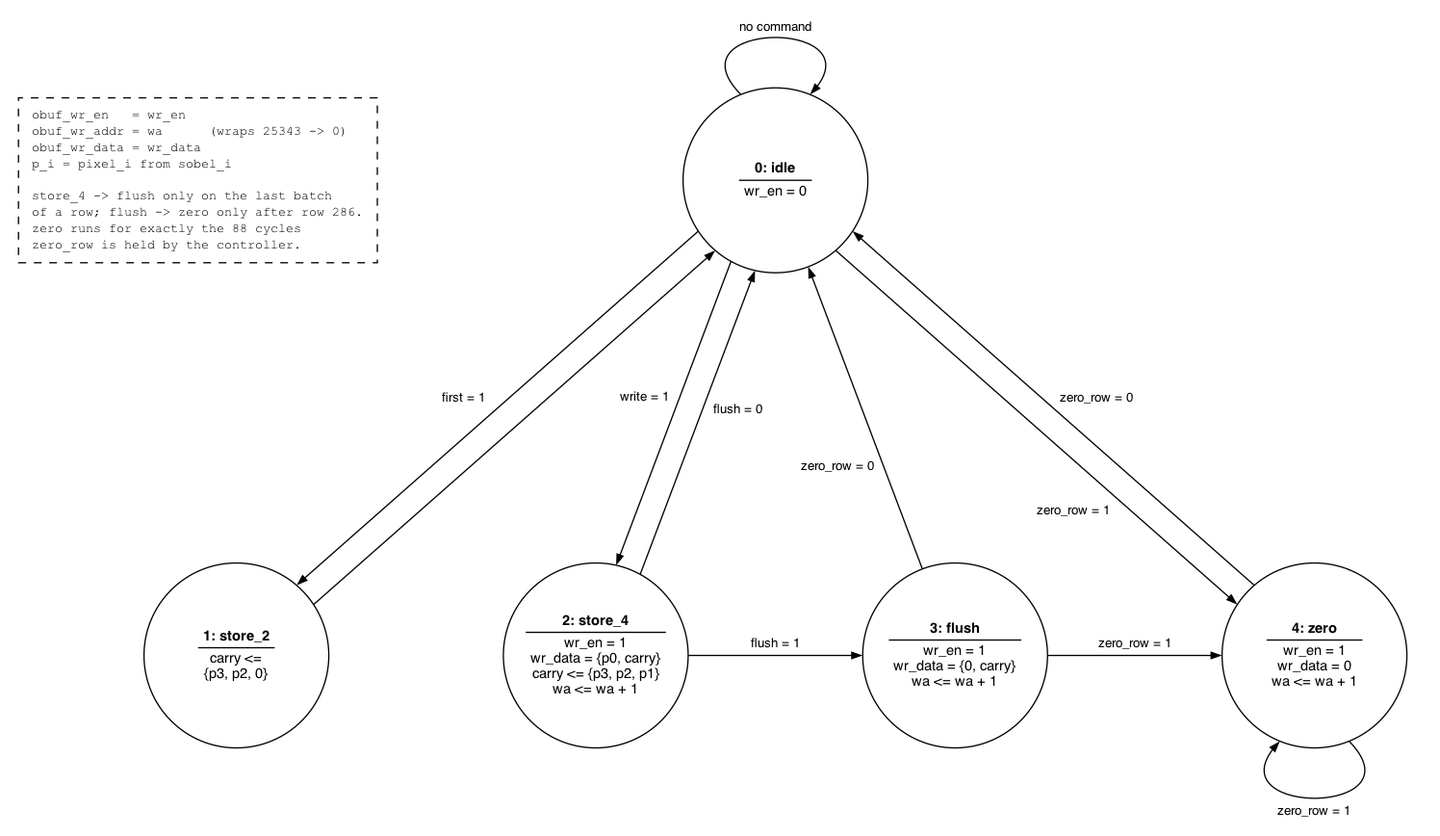
Above: report/figures/writer_fsm.png in denizlg24/02203_assignement_2 (Graphviz), before the change. Its source is kept beside it as report/figures/writer_fsm.dot. Source of this version:
```dot
digraph writer_fsm {
    graph [bgcolor="white", splines=true, outputorder=nodesfirst, pad=0.2];
    node [shape=circle, fixedsize=true, width=2.000, fontname="Helvetica", fontsize=11];
    edge [fontname="Helvetica", fontsize=10, arrowsize=0.7];

    s0 [label=<<TABLE BORDER="0" CELLBORDER="0" CELLSPACING="2"><TR><TD><B>0: idle</B></TD></TR><HR/><TR><TD>wr_en = 0</TD></TR></TABLE>>, pos="0.0,562.0"];
    s1 [label=<<TABLE BORDER="0" CELLBORDER="0" CELLSPACING="2"><TR><TD><B>1: store_2</B></TD></TR><HR/><TR><TD>carry &lt;=<BR/>{p3, p2, 0}</TD></TR></TABLE>>, pos="-420.0,192.0"];
    s2 [label=<<TABLE BORDER="0" CELLBORDER="0" CELLSPACING="2"><TR><TD><B>2: store_4</B></TD></TR><HR/><TR><TD>wr_en = 1<BR/>wr_data = {p0, carry}<BR/>carry &lt;= {p3, p2, p1}<BR/>wa &lt;= wa + 1</TD></TR></TABLE>>, pos="-140.0,192.0"];
    s3 [label=<<TABLE BORDER="0" CELLBORDER="0" CELLSPACING="2"><TR><TD><B>3: flush</B></TD></TR><HR/><TR><TD>wr_en = 1<BR/>wr_data = {0, carry}<BR/>wa &lt;= wa + 1</TD></TR></TABLE>>, pos="140.0,192.0"];
    s4 [label=<<TABLE BORDER="0" CELLBORDER="0" CELLSPACING="2"><TR><TD><B>4: zero</B></TD></TR><HR/><TR><TD>wr_en = 1<BR/>wr_data = 0<BR/>wa &lt;= wa + 1</TD></TR></TABLE>>, pos="420.0,192.0"];
    note0 [shape=box, fixedsize=false, style=dashed, fontsize=10, fontname="Courier", margin="0.15,0.1", label="obuf_wr_en   = wr_en\lobuf_wr_addr = wa      (wraps 25343 -> 0)\lobuf_wr_data = wr_data\lp_i = pixel_i from sobel_i\l\lstore_4 -> flush only on the last batch\lof a row; flush -> zero only after row 286.\lzero runs for exactly the 88 cycles\lzero_row is held by the controller.\l", pos="-450.0,562.0"];

    s0 -> s0 [pos="e,27.0,628.8 -27.0,628.8 -83.2,686.2 74.7,688.0 31.7,634.1", label="no command", lp="0.0,682.2"];
    s0 -> s1 [pos="e,-373.1,246.6 -60.1,522.4 -60.1,522.4 -367.9,251.3 -367.9,251.3", label="first = 1", lp="-242.7,393.5"];
    s1 -> s0 [pos="e,-46.9,507.4 -359.9,231.6 -359.9,231.6 -52.1,502.7 -52.1,502.7"];
    s0 -> s2 [pos="e,-124.1,262.2 -34.6,498.9 -34.6,498.9 -121.6,268.8 -121.6,268.8", label="write = 1", lp="-102.0,393.8"];
    s2 -> s0 [pos="e,-15.9,491.8 -105.4,255.1 -105.4,255.1 -18.4,485.2 -18.4,485.2", label="flush = 0", lp="-29.0,383.9"];
    s0 -> s4 [pos="e,359.9,231.6 46.9,507.4 46.9,507.4 354.6,236.3 354.6,236.3", label="zero_row = 1", lp="232.1,305.3"];
    s4 -> s0 [pos="e,60.1,522.4 373.1,246.6 373.1,246.6 65.4,517.7 65.4,517.7", label="zero_row = 0", lp="250.5,393.5"];
    s3 -> s0 [pos="e,25.5,494.7 114.5,259.3 114.5,259.3 28.0,488.1 28.0,488.1", label="zero_row = 0", lp="48.4,340.3"];
    s2 -> s3 [pos="e,68.0,192.0 -68.0,192.0 -68.0,192.0 61.0,192.0 61.0,192.0", label="flush = 1", lp="0.0,202.0"];
    s3 -> s4 [pos="e,348.0,192.0 212.0,192.0 212.0,192.0 341.0,192.0 341.0,192.0", label="zero_row = 1", lp="280.0,202.0"];
    s4 -> s4 [pos="e,393.0,125.2 447.0,125.2 503.2,67.8 345.3,66.0 388.3,119.9", label="zero_row = 1", lp="420.0,71.8"];
}
```
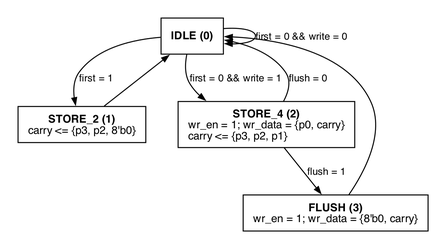
Later version of the same file.

Change to the diagram source:
```diff
@@ -1,24 +1,16 @@
 digraph writer_fsm {
-    graph [bgcolor="white", splines=true, outputorder=nodesfirst, pad=0.2];
-    node [shape=circle, fixedsize=true, width=2.000, fontname="Helvetica", fontsize=11];
+    graph [bgcolor="white", rankdir=TB, pad=0.25, nodesep=0.45, ranksep=0.5];
+    node [fontname="Helvetica", fontsize=11, margin="0.14,0.09"];
     edge [fontname="Helvetica", fontsize=10, arrowsize=0.7];
-
-    s0 [label=<<TABLE BORDER="0" CELLBORDER="0" CELLSPACING="2"><TR><TD><B>0: idle</B></TD></TR><HR/><TR><TD>wr_en = 0</TD></TR></TABLE>>, pos="0.0,562.0"];
-    s1 [label=<<TABLE BORDER="0" CELLBORDER="0" CELLSPACING="2"><TR><TD><B>1: store_2</B></TD></TR><HR/><TR><TD>carry &lt;=<BR/>{p3, p2, 0}</TD></TR></TABLE>>, pos="-420.0,192.0"];
-    s2 [label=<<TABLE BORDER="0" CELLBORDER="0" CELLSPACING="2"><TR><TD><B>2: store_4</B></TD></TR><HR/><TR><TD>wr_en = 1<BR/>wr_data = {p0, carry}<BR/>carry &lt;= {p3, p2, p1}<BR/>wa &lt;= wa + 1</TD></TR></TABLE>>, pos="-140.0,192.0"];
-    s3 [label=<<TABLE BORDER="0" CELLBORDER="0" CELLSPACING="2"><TR><TD><B>3: flush</B></TD></TR><HR/><TR><TD>wr_en = 1<BR/>wr_data = {0, carry}<BR/>wa &lt;= wa + 1</TD></TR></TABLE>>, pos="140.0,192.0"];
-    s4 [label=<<TABLE BORDER="0" CELLBORDER="0" CELLSPACING="2"><TR><TD><B>4: zero</B></TD></TR><HR/><TR><TD>wr_en = 1<BR/>wr_data = 0<BR/>wa &lt;= wa + 1</TD></TR></TABLE>>, pos="420.0,192.0"];
-    note0 [shape=box, fixedsize=false, style=dashed, fontsize=10, fontname="Courier", margin="0.15,0.1", label="obuf_wr_en   = wr_en\lobuf_wr_addr = wa      (wraps 25343 -> 0)\lobuf_wr_data = wr_data\lp_i = pixel_i from sobel_i\l\lstore_4 -> flush only on the last batch\lof a row; flush -> zero only after row 286.\lzero runs for exactly the 88 cycles\lzero_row is held by the controller.\l", pos="-450.0,562.0"];
-
-    s0 -> s0 [pos="e,27.0,628.8 -27.0,628.8 -83.2,686.2 74.7,688.0 31.7,634.1", label="no command", lp="0.0,682.2"];
-    s0 -> s1 [pos="e,-373.1,246.6 -60.1,522.4 -60.1,522.4 -367.9,251.3 -367.9,251.3", label="first = 1", lp="-242.7,393.5"];
-    s1 -> s0 [pos="e,-46.9,507.4 -359.9,231.6 -359.9,231.6 -52.1,502.7 -52.1,502.7"];
-    s0 -> s2 [pos="e,-124.1,262.2 -34.6,498.9 -34.6,498.9 -121.6,268.8 -121.6,268.8", label="write = 1", lp="-102.0,393.8"];
-    s2 -> s0 [pos="e,-15.9,491.8 -105.4,255.1 -105.4,255.1 -18.4,485.2 -18.4,485.2", label="flush = 0", lp="-29.0,383.9"];
-    s0 -> s4 [pos="e,359.9,231.6 46.9,507.4 46.9,507.4 354.6,236.3 354.6,236.3", label="zero_row = 1", lp="232.1,305.3"];
-    s4 -> s0 [pos="e,60.1,522.4 373.1,246.6 373.1,246.6 65.4,517.7 65.4,517.7", label="zero_row = 0", lp="250.5,393.5"];
-    s3 -> s0 [pos="e,25.5,494.7 114.5,259.3 114.5,259.3 28.0,488.1 28.0,488.1", label="zero_row = 0", lp="48.4,340.3"];
-    s2 -> s3 [pos="e,68.0,192.0 -68.0,192.0 -68.0,192.0 61.0,192.0 61.0,192.0", label="flush = 1", lp="0.0,202.0"];
-    s3 -> s4 [pos="e,348.0,192.0 212.0,192.0 212.0,192.0 341.0,192.0 341.0,192.0", label="zero_row = 1", lp="280.0,202.0"];
-    s4 -> s4 [pos="e,393.0,125.2 447.0,125.2 503.2,67.8 345.3,66.0 388.3,119.9", label="zero_row = 1", lp="420.0,71.8"];
+    s0 [shape=box, label=<<B>IDLE (0)</B>>];
+    s1 [shape=box, label=<<B>STORE_2 (1)</B><BR/>carry &lt;= {p3, p2, 8&#x27;b0}<BR ALIGN="LEFT"/>>];
+    s2 [shape=box, label=<<B>STORE_4 (2)</B><BR/>wr_en = 1; wr_data = {p0, carry}<BR ALIGN="LEFT"/>carry &lt;= {p3, p2, p1}<BR ALIGN="LEFT"/>>];
+    s3 [shape=box, label=<<B>FLUSH (3)</B><BR/>wr_en = 1; wr_data = {8&#x27;b0, carry}<BR ALIGN="LEFT"/>>];
+    s0 -> s0 [label="first = 0 && write = 0"];
+    s0 -> s1 [label="first = 1"];
+    s0 -> s2 [label="first = 0 && write = 1"];
+    s1 -> s0;
+    s2 -> s3 [label="flush = 1"];
+    s2 -> s0 [label="flush = 0"];
+    s3 -> s0;
 }
```
